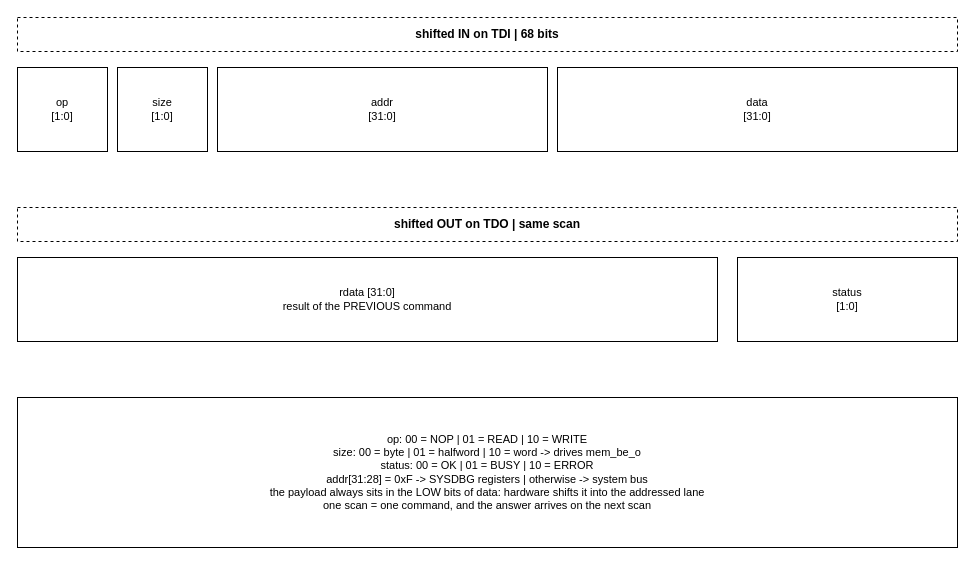
This is page "JTAG command format" (2 of 5) of doc/drawio/QNSC_SYSDBG_Design.drawio from quynhonsemiconductor/vlsi_deep_training, a draw.io file, before an edit. Source tidied: cells renumbered, new cells numbered last; positions are measured from the earlier drawing's top-left corner, leaving out a move shared by most shapes. Both pictures are drawn from the tidied source at 100%, with x=0, y=0 at pixel (17, 17).
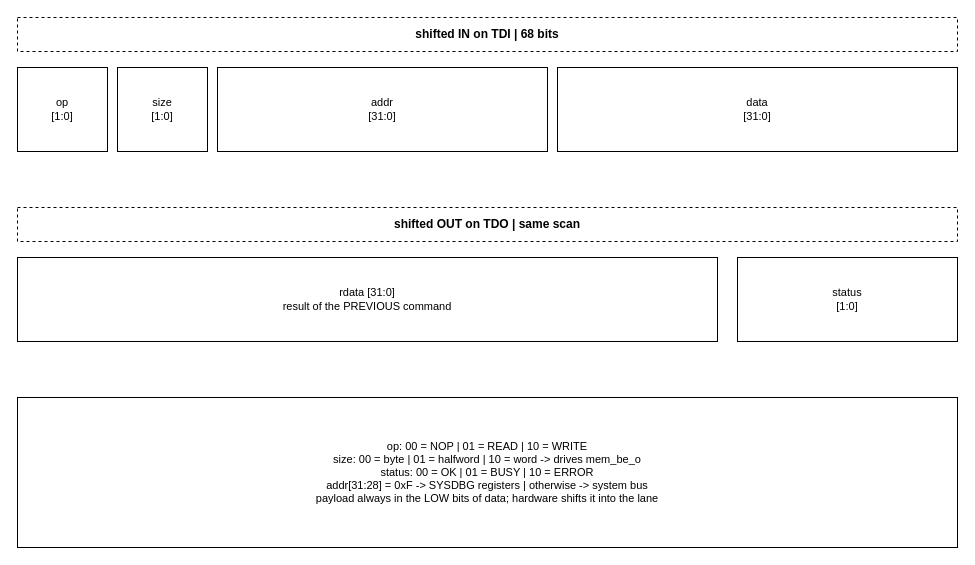
After the change.

What changed in the source:
```diff
@@
 <mxGraphModel>
   <root>
     <mxCell id="0" />
     <mxCell id="1" parent="0" />
     <mxCell id="2" value="shifted IN on TDI  |  68 bits" style="rounded=0;whiteSpace=wrap;html=1;fillColor=none;strokeColor=#000000;fontSize=12;dashed=1;fontStyle=1;verticalAlign=middle;" parent="1" vertex="1">
       <mxGeometry width="940" height="34" as="geometry" />
     </mxCell>
     <mxCell id="3" value="op&#10;[1:0]" style="rounded=0;whiteSpace=wrap;html=1;fillColor=#ffffff;strokeColor=#000000;fontSize=11;dashed=0;verticalAlign=middle;" parent="1" vertex="1">
       <mxGeometry y="50" width="90" height="84" as="geometry" />
     </mxCell>
     <mxCell id="4" value="size&#10;[1:0]" style="rounded=0;whiteSpace=wrap;html=1;fillColor=#ffffff;strokeColor=#000000;fontSize=11;dashed=0;verticalAlign=middle;" parent="1" vertex="1">
       <mxGeometry x="100" y="50" width="90" height="84" as="geometry" />
     </mxCell>
     <mxCell id="5" value="addr&#10;[31:0]" style="rounded=0;whiteSpace=wrap;html=1;fillColor=#ffffff;strokeColor=#000000;fontSize=11;dashed=0;verticalAlign=middle;" parent="1" vertex="1">
       <mxGeometry x="200" y="50" width="330" height="84" as="geometry" />
     </mxCell>
     <mxCell id="6" value="data&#10;[31:0]" style="rounded=0;whiteSpace=wrap;html=1;fillColor=#ffffff;strokeColor=#000000;fontSize=11;dashed=0;verticalAlign=middle;" parent="1" vertex="1">
       <mxGeometry x="540" y="50" width="400" height="84" as="geometry" />
     </mxCell>
     <mxCell id="7" value="shifted OUT on TDO  |  same scan" style="rounded=0;whiteSpace=wrap;html=1;fillColor=none;strokeColor=#000000;fontSize=12;dashed=1;fontStyle=1;verticalAlign=middle;" parent="1" vertex="1">
       <mxGeometry y="190" width="940" height="34" as="geometry" />
     </mxCell>
     <mxCell id="8" value="rdata [31:0]&#10;result of the PREVIOUS command" style="rounded=0;whiteSpace=wrap;html=1;fillColor=#ffffff;strokeColor=#000000;fontSize=11;dashed=0;verticalAlign=middle;" parent="1" vertex="1">
       <mxGeometry y="240" width="700" height="84" as="geometry" />
     </mxCell>
     <mxCell id="9" value="status&#10;[1:0]" style="rounded=0;whiteSpace=wrap;html=1;fillColor=#ffffff;strokeColor=#000000;fontSize=11;dashed=0;verticalAlign=middle;" parent="1" vertex="1">
       <mxGeometry x="720" y="240" width="220" height="84" as="geometry" />
     </mxCell>
-    <mxCell id="10" value="op:  00 = NOP   |   01 = READ   |   10 = WRITE&#10;size:  00 = byte   |   01 = halfword   |   10 = word   -&gt;  drives mem_be_o&#10;status:  00 = OK   |   01 = BUSY   |   10 = ERROR&#10;addr[31:28] = 0xF  -&gt;  SYSDBG registers   |   otherwise  -&gt;  system bus&#10;the payload always sits in the LOW bits of data: hardware shifts it into the addressed lane&#10;one scan = one command, and the answer arrives on the next scan" style="rounded=0;whiteSpace=wrap;html=1;fillColor=#ffffff;strokeColor=#000000;fontSize=11;dashed=0;verticalAlign=middle;" parent="1" vertex="1">
+    <mxCell id="10" value="op:  00 = NOP   |   01 = READ   |   10 = WRITE&#10;size:  00 = byte   |   01 = halfword   |   10 = word   -&gt;  drives mem_be_o&#10;status:  00 = OK   |   01 = BUSY   |   10 = ERROR&#10;addr[31:28] = 0xF  -&gt;  SYSDBG registers   |   otherwise  -&gt;  system bus&#10;payload always in the LOW bits of data; hardware shifts it into the lane" style="rounded=0;whiteSpace=wrap;html=1;fillColor=#ffffff;strokeColor=#000000;fontSize=11;dashed=0;verticalAlign=middle;" parent="1" vertex="1">
       <mxGeometry y="380" width="940" height="150" as="geometry" />
     </mxCell>
   </root>
 </mxGraphModel>
```
